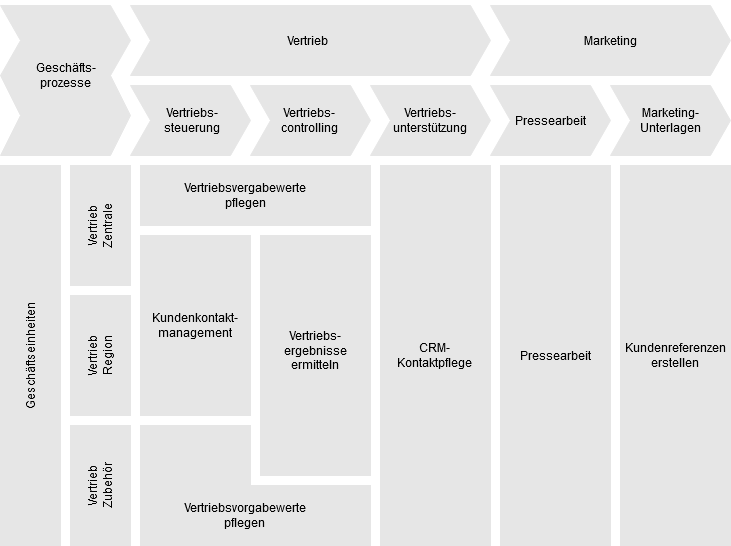
katharinaschemel/Thesis keeps this draw.io diagram as Abbildungen/2_Abbildung.png. Above is the earlier version. Source tidied: cells renumbered, new cells last; positions are measured from the earlier drawing's top-left corner, leaving out a move shared by most shapes.
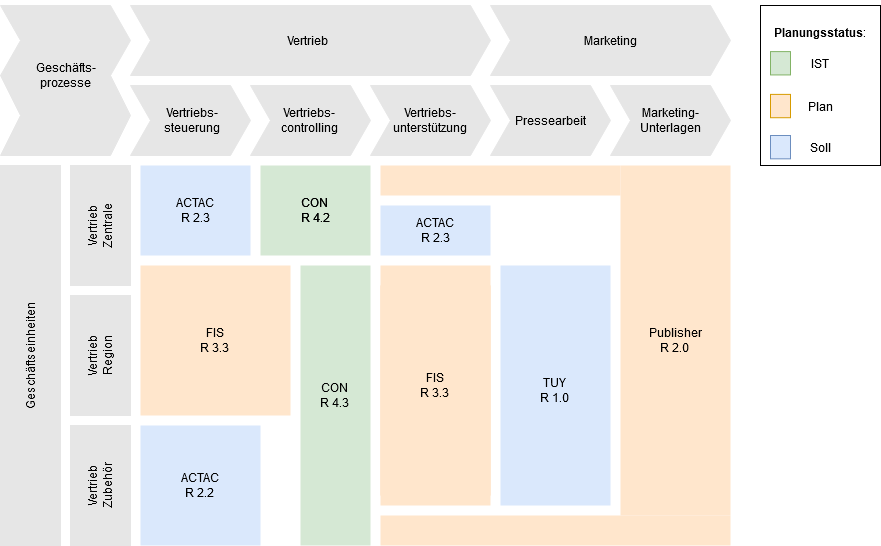
After the commit.

Diff of the diagram source:
```diff
@@ -41,27 +41,36 @@
     <mxCell id="14" style="rounded=0;whiteSpace=wrap;html=1;strokeColor=#E6E6E6;fillColor=#E6E6E6;" parent="1" vertex="1">
       <mxGeometry x="94" y="425" width="60" height="120" as="geometry" />
     </mxCell>
-    <mxCell id="15" style="rounded=0;whiteSpace=wrap;html=1;strokeColor=#E6E6E6;fillColor=#E6E6E6;" parent="1" vertex="1">
-      <mxGeometry x="164" y="165" width="230" height="60" as="geometry" />
-    </mxCell>
-    <mxCell id="16" style="rounded=0;whiteSpace=wrap;html=1;strokeColor=#E6E6E6;fillColor=#E6E6E6;" parent="1" vertex="1">
-      <mxGeometry x="164" y="235" width="110" height="180" as="geometry" />
-    </mxCell>
-    <mxCell id="17" style="rounded=0;whiteSpace=wrap;html=1;strokeColor=#E6E6E6;fillColor=#E6E6E6;" parent="1" vertex="1">
-      <mxGeometry x="164" y="425" width="110" height="60" as="geometry" />
-    </mxCell>
-    <mxCell id="18" style="rounded=0;whiteSpace=wrap;html=1;strokeColor=#E6E6E6;fillColor=#E6E6E6;" parent="1" vertex="1">
-      <mxGeometry x="404" y="165" width="110" height="380" as="geometry" />
-    </mxCell>
-    <mxCell id="19" style="rounded=0;whiteSpace=wrap;html=1;strokeColor=#E6E6E6;fillColor=#E6E6E6;" parent="1" vertex="1">
-      <mxGeometry x="164" y="485" width="230" height="60" as="geometry" />
-    </mxCell>
-    <mxCell id="20" style="rounded=0;whiteSpace=wrap;html=1;strokeColor=#E6E6E6;fillColor=#E6E6E6;" parent="1" vertex="1">
-      <mxGeometry x="644" y="165" width="110" height="380" as="geometry" />
-    </mxCell>
-    <mxCell id="21" style="rounded=0;whiteSpace=wrap;html=1;strokeColor=#E6E6E6;fillColor=#E6E6E6;" parent="1" vertex="1">
-      <mxGeometry x="284" y="235" width="110" height="240" as="geometry" />
-    </mxCell>
+    <mxCell id="42" style="rounded=0;whiteSpace=wrap;html=1;strokeColor=none;fillColor=#dae8fc;" parent="1" vertex="1">
+      <mxGeometry x="164" y="165" width="110" height="90" as="geometry" />
+    </mxCell>
+    <mxCell id="43" style="rounded=0;whiteSpace=wrap;html=1;strokeColor=none;fillColor=#ffe6cc;" parent="1" vertex="1">
+      <mxGeometry x="164" y="265" width="150" height="150" as="geometry" />
+    </mxCell>
+    <mxCell id="44" style="rounded=0;whiteSpace=wrap;html=1;strokeColor=none;fillColor=#dae8fc;" parent="1" vertex="1">
+      <mxGeometry x="164" y="425" width="120" height="120" as="geometry" />
+    </mxCell>
+    <mxCell id="45" style="rounded=0;whiteSpace=wrap;html=1;strokeColor=none;fillColor=#d5e8d4;" parent="1" vertex="1">
+      <mxGeometry x="324" y="265" width="70" height="280" as="geometry" />
+    </mxCell>
+    <mxCell id="46" style="rounded=0;whiteSpace=wrap;html=1;strokeColor=none;fillColor=#ffe6cc;" parent="1" vertex="1">
+      <mxGeometry x="404" y="165" width="240" height="30" as="geometry" />
+    </mxCell>
+    <mxCell id="47" style="rounded=0;whiteSpace=wrap;html=1;strokeColor=none;fillColor=#dae8fc;" parent="1" vertex="1">
+      <mxGeometry x="404" y="205" width="110" height="50" as="geometry" />
+    </mxCell>
+    <mxCell id="48" style="rounded=0;whiteSpace=wrap;html=1;strokeColor=none;fillColor=#ffe6cc;" parent="1" vertex="1">
+      <mxGeometry x="404" y="515" width="350" height="30" as="geometry" />
+    </mxCell>
+    <mxCell id="49" style="rounded=0;whiteSpace=wrap;html=1;strokeColor=none;fillColor=#ffe6cc;" parent="1" vertex="1">
+      <mxGeometry x="644" y="165" width="110" height="350" as="geometry" />
+    </mxCell>
+    <mxCell id="50" style="rounded=0;whiteSpace=wrap;html=1;strokeColor=none;fillColor=#ffe6cc;" parent="1" vertex="1">
+      <mxGeometry x="404" y="285" width="110" height="210" as="geometry" />
+    </mxCell>
+    <mxCell id="51" style="rounded=0;whiteSpace=wrap;html=1;strokeColor=none;fillColor=#dae8fc;" parent="1" vertex="1">
+      <mxGeometry x="524" y="265" width="110" height="240" as="geometry" />
+    </mxCell>
     <mxCell id="22" value="Geschäfts-prozesse" style="text;html=1;strokeColor=none;fillColor=none;align=center;verticalAlign=middle;whiteSpace=wrap;rounded=0;" parent="1" vertex="1">
       <mxGeometry x="51.5" y="35" width="75" height="80" as="geometry" />
     </mxCell>
@@ -86,41 +95,80 @@
     <mxCell id="29" value="Marketing-Unterlagen" style="text;html=1;strokeColor=none;fillColor=none;align=center;verticalAlign=middle;whiteSpace=wrap;rounded=0;" parent="1" vertex="1">
       <mxGeometry x="655.2" y="85" width="77.5" height="70" as="geometry" />
     </mxCell>
-    <mxCell id="30" value="Vertriebsvergabewerte pflegen" style="text;html=1;strokeColor=none;fillColor=none;align=center;verticalAlign=middle;whiteSpace=wrap;rounded=0;" parent="1" vertex="1">
-      <mxGeometry x="234" y="165" width="70" height="60" as="geometry" />
-    </mxCell>
-    <mxCell id="31" value="Kundenkontakt-management" style="text;html=1;strokeColor=none;fillColor=none;align=center;verticalAlign=middle;whiteSpace=wrap;rounded=0;" parent="1" vertex="1">
-      <mxGeometry x="180.2" y="290" width="77.5" height="70" as="geometry" />
-    </mxCell>
-    <mxCell id="32" value="Vertriebs-ergebnisse ermitteln" style="text;html=1;strokeColor=none;fillColor=none;align=center;verticalAlign=middle;whiteSpace=wrap;rounded=0;" parent="1" vertex="1">
-      <mxGeometry x="300.2" y="315" width="77.5" height="70" as="geometry" />
-    </mxCell>
-    <mxCell id="33" value="Kundenreferenzen erstellen" style="text;html=1;strokeColor=none;fillColor=none;align=center;verticalAlign=middle;whiteSpace=wrap;rounded=0;" parent="1" vertex="1">
-      <mxGeometry x="644" y="307.5" width="110" height="95" as="geometry" />
-    </mxCell>
+    <mxCell id="52" value="&lt;div&gt;ACTAC&lt;/div&gt;&lt;div&gt;R 2.3&lt;/div&gt;" style="text;html=1;strokeColor=none;fillColor=none;align=center;verticalAlign=middle;whiteSpace=wrap;rounded=0;" parent="1" vertex="1">
+      <mxGeometry x="164" y="165" width="110" height="90" as="geometry" />
+    </mxCell>
+    <mxCell id="53" value="&lt;div&gt;FIS&lt;/div&gt;&lt;div&gt;R 3.3&lt;br&gt;&lt;/div&gt;" style="text;html=1;strokeColor=none;fillColor=none;align=center;verticalAlign=middle;whiteSpace=wrap;rounded=0;" parent="1" vertex="1">
+      <mxGeometry x="200.2" y="265" width="77.5" height="150" as="geometry" />
+    </mxCell>
+    <mxCell id="54" value="&lt;div&gt;ACTAC&lt;/div&gt;&lt;div&gt;R 2.2&lt;br&gt;&lt;/div&gt;" style="text;html=1;strokeColor=none;fillColor=none;align=center;verticalAlign=middle;whiteSpace=wrap;rounded=0;" parent="1" vertex="1">
+      <mxGeometry x="185.2" y="425" width="77.5" height="120" as="geometry" />
+    </mxCell>
+    <mxCell id="55" value="&lt;div&gt;CON&lt;/div&gt;&lt;div&gt;R 4.3&lt;br&gt;&lt;/div&gt;" style="text;html=1;strokeColor=none;fillColor=none;align=center;verticalAlign=middle;whiteSpace=wrap;rounded=0;" parent="1" vertex="1">
+      <mxGeometry x="320.2" y="360" width="77.5" height="70" as="geometry" />
+    </mxCell>
+    <mxCell id="56" value="&lt;div&gt;FIS&lt;/div&gt;&lt;div&gt;R 3.3&lt;br&gt;&lt;/div&gt;" style="text;html=1;strokeColor=none;fillColor=#ffe6cc;align=center;verticalAlign=middle;whiteSpace=wrap;rounded=0;" parent="1" vertex="1">
+      <mxGeometry x="404" y="285" width="110" height="210" as="geometry" />
+    </mxCell>
+    <mxCell id="57" value="&lt;div&gt;ACTAC&lt;/div&gt;&lt;div&gt;R 2.3&lt;/div&gt;" style="text;html=1;strokeColor=none;fillColor=none;align=center;verticalAlign=middle;whiteSpace=wrap;rounded=0;" parent="1" vertex="1">
+      <mxGeometry x="420.2" y="205" width="77.5" height="50" as="geometry" />
+    </mxCell>
+    <mxCell id="58" value="&lt;div&gt;TUY&lt;/div&gt;&lt;div&gt;R 1.0&lt;br&gt;&lt;/div&gt;" style="text;html=1;strokeColor=none;fillColor=none;align=center;verticalAlign=middle;whiteSpace=wrap;rounded=0;" parent="1" vertex="1">
+      <mxGeometry x="524" y="347.5" width="110" height="85" as="geometry" />
+    </mxCell>
+    <mxCell id="59" value="&lt;div&gt;Publisher&lt;/div&gt;&lt;div&gt;R 2.0&lt;br&gt;&lt;/div&gt;" style="text;html=1;strokeColor=none;fillColor=none;align=center;verticalAlign=middle;whiteSpace=wrap;rounded=0;" parent="1" vertex="1">
+      <mxGeometry x="644" y="292.5" width="110" height="95" as="geometry" />
+    </mxCell>
     <mxCell id="34" value="Geschäftseinheiten" style="text;html=1;strokeColor=none;fillColor=none;align=center;verticalAlign=middle;whiteSpace=wrap;rounded=0;rotation=-90;" parent="1" vertex="1">
       <mxGeometry x="0.2" y="325" width="107.5" height="60" as="geometry" />
     </mxCell>
     <mxCell id="35" value="&lt;div&gt;Vertrieb&lt;/div&gt;&lt;div&gt;Zubehör&lt;br&gt;&lt;/div&gt;" style="text;html=1;strokeColor=none;fillColor=none;align=center;verticalAlign=middle;whiteSpace=wrap;rounded=0;rotation=-90;" parent="1" vertex="1">
       <mxGeometry x="70.2" y="455" width="107.5" height="60" as="geometry" />
     </mxCell>
-    <mxCell id="36" value="&lt;div&gt;Vertrieb &lt;br&gt;&lt;/div&gt;&lt;div&gt;Region&lt;br&gt;&lt;/div&gt;" style="text;html=1;strokeColor=none;fillColor=none;align=center;verticalAlign=middle;whiteSpace=wrap;rounded=0;rotation=-90;" parent="1" vertex="1">
+    <mxCell id="36" value="&lt;div&gt;Vertrieb&lt;/div&gt;&lt;div&gt;Region&lt;br&gt;&lt;/div&gt;" style="text;html=1;strokeColor=none;fillColor=none;align=center;verticalAlign=middle;whiteSpace=wrap;rounded=0;rotation=-90;" parent="1" vertex="1">
       <mxGeometry x="70.2" y="325" width="107.5" height="60" as="geometry" />
     </mxCell>
-    <mxCell id="37" value="&lt;div&gt;Vertrieb &lt;br&gt;&lt;/div&gt;&lt;div&gt;Zentrale&lt;/div&gt;" style="text;html=1;strokeColor=none;fillColor=none;align=center;verticalAlign=middle;whiteSpace=wrap;rounded=0;rotation=-90;" parent="1" vertex="1">
+    <mxCell id="37" value="&lt;div&gt;Vertrieb&lt;/div&gt;&lt;div&gt;Zentrale&lt;/div&gt;" style="text;html=1;strokeColor=none;fillColor=none;align=center;verticalAlign=middle;whiteSpace=wrap;rounded=0;rotation=-90;" parent="1" vertex="1">
       <mxGeometry x="70.2" y="195" width="107.5" height="60" as="geometry" />
     </mxCell>
-    <mxCell id="38" style="rounded=0;whiteSpace=wrap;html=1;strokeColor=#E6E6E6;fillColor=#E6E6E6;" parent="1" vertex="1">
-      <mxGeometry x="524" y="165" width="110" height="380" as="geometry" />
-    </mxCell>
-    <mxCell id="39" value="&lt;div&gt;Vertriebsvorgabewerte &lt;br&gt;&lt;/div&gt;&lt;div&gt;pflegen&lt;br&gt;&lt;/div&gt;" style="text;html=1;strokeColor=none;fillColor=none;align=center;verticalAlign=middle;whiteSpace=wrap;rounded=0;" parent="1" vertex="1">
-      <mxGeometry x="230.2" y="485" width="77.5" height="60" as="geometry" />
-    </mxCell>
-    <mxCell id="40" value="Pressearbeit" style="text;html=1;strokeColor=none;fillColor=none;align=center;verticalAlign=middle;whiteSpace=wrap;rounded=0;" parent="1" vertex="1">
-      <mxGeometry x="524" y="307.5" width="110" height="95" as="geometry" />
-    </mxCell>
-    <mxCell id="41" value="&lt;div&gt;CRM-&lt;/div&gt;&lt;div&gt;Kontaktpflege&lt;br&gt;&lt;/div&gt;" style="text;html=1;strokeColor=none;fillColor=none;align=center;verticalAlign=middle;whiteSpace=wrap;rounded=0;" parent="1" vertex="1">
-      <mxGeometry x="404" y="307.5" width="110" height="95" as="geometry" />
-    </mxCell>
+    <mxCell id="60" style="group;fillColor=#ffe6cc;strokeColor=#d79b00;" parent="1" vertex="1">
+      <mxGeometry x="784" y="5" width="120" height="160" as="geometry" />
+    </mxCell>
+    <mxCell id="61" style="rounded=0;whiteSpace=wrap;html=1;" parent="60" vertex="1">
+      <mxGeometry width="120" height="160" as="geometry" />
+    </mxCell>
+    <mxCell id="62" value="IST" style="text;html=1;strokeColor=none;fillColor=none;align=center;verticalAlign=middle;whiteSpace=wrap;rounded=0;" parent="60" vertex="1">
+      <mxGeometry x="40" y="39.4" width="40" height="36.7" as="geometry" />
+    </mxCell>
+    <mxCell id="63" value="Plan" style="text;html=1;strokeColor=none;fillColor=none;align=center;verticalAlign=middle;whiteSpace=wrap;rounded=0;" parent="60" vertex="1">
+      <mxGeometry x="40" y="82.8" width="40" height="35.6" as="geometry" />
+    </mxCell>
+    <mxCell id="64" style="rounded=0;whiteSpace=wrap;html=1;strokeColor=#d79b00;fillColor=#ffe6cc;" parent="60" vertex="1">
+      <mxGeometry x="10" y="88.9" width="20" height="23.3" as="geometry" />
+    </mxCell>
+    <mxCell id="65" value="&lt;b&gt;Planungsstatus&lt;/b&gt;:" style="text;html=1;strokeColor=none;fillColor=none;align=center;verticalAlign=middle;whiteSpace=wrap;rounded=0;" parent="60" vertex="1">
+      <mxGeometry x="40" y="8.9" width="40" height="35.6" as="geometry" />
+    </mxCell>
+    <mxCell id="66" style="rounded=0;whiteSpace=wrap;html=1;strokeColor=#6c8ebf;fillColor=#dae8fc;" parent="60" vertex="1">
+      <mxGeometry x="10" y="130" width="20" height="23.3" as="geometry" />
+    </mxCell>
+    <mxCell id="67" value="Soll" style="text;html=1;strokeColor=none;fillColor=none;align=center;verticalAlign=middle;whiteSpace=wrap;rounded=0;" parent="60" vertex="1">
+      <mxGeometry x="40" y="123.9" width="40" height="35.6" as="geometry" />
+    </mxCell>
+    <mxCell id="68" style="rounded=0;whiteSpace=wrap;html=1;strokeColor=#82b366;fillColor=#d5e8d4;" parent="60" vertex="1">
+      <mxGeometry x="10" y="46.1" width="20" height="23.3" as="geometry" />
+    </mxCell>
+    <mxCell id="69" style="rounded=0;whiteSpace=wrap;html=1;strokeColor=none;fillColor=#d5e8d4;" parent="1" vertex="1">
+      <mxGeometry x="284" y="165" width="110" height="90" as="geometry" />
+    </mxCell>
+    <mxCell id="70" value="CON&lt;br&gt;R 4.2" style="text;html=1;strokeColor=none;fillColor=none;align=center;verticalAlign=middle;whiteSpace=wrap;rounded=0;" parent="1" vertex="1">
+      <mxGeometry x="284" y="175" width="110" height="70" as="geometry" />
+    </mxCell>
+    <mxCell id="71" value="CON&lt;br&gt;R 4.2" style="text;html=1;strokeColor=none;fillColor=none;align=center;verticalAlign=middle;whiteSpace=wrap;rounded=0;" parent="1" vertex="1">
+      <mxGeometry x="284" y="175" width="110" height="70" as="geometry" />
+    </mxCell>
+    <mxCell id="72" value="&lt;div&gt;FIS&lt;/div&gt;&lt;div&gt;R 3.3&lt;br&gt;&lt;/div&gt;" style="text;html=1;strokeColor=none;fillColor=#ffe6cc;align=center;verticalAlign=middle;whiteSpace=wrap;rounded=0;" parent="1" vertex="1">
+      <mxGeometry x="404" y="265" width="110" height="240" as="geometry" />
+    </mxCell>
   </root>
 </mxGraphModel>
```
